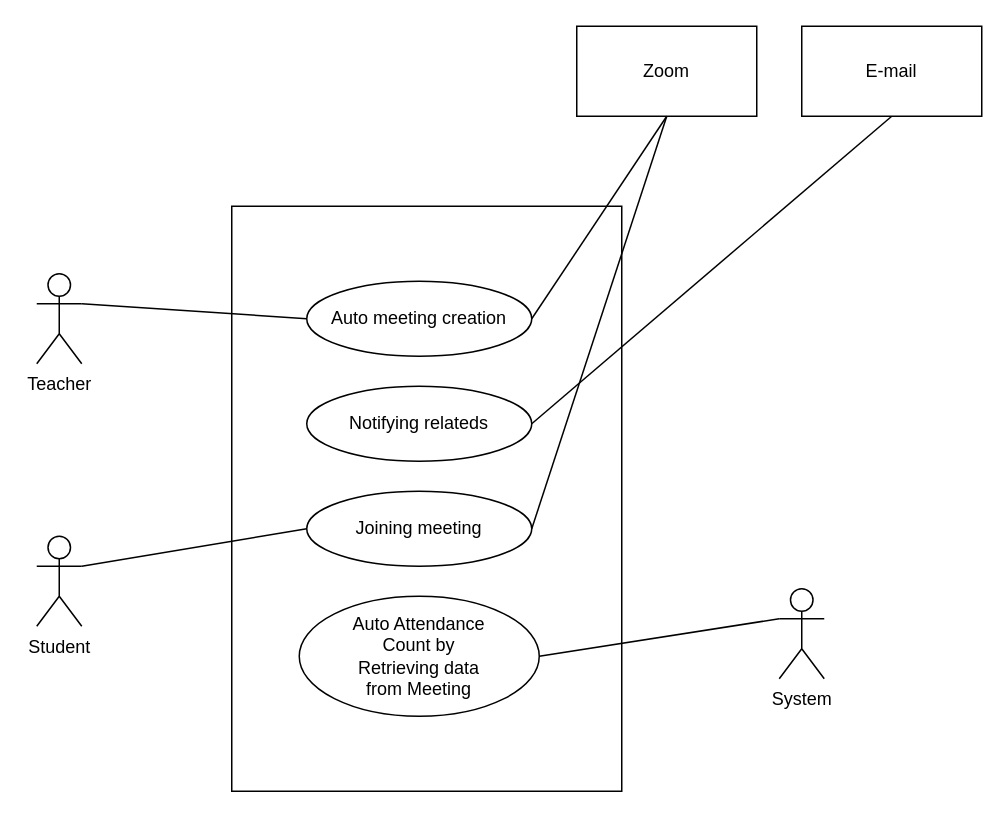
Earlier version of the draw.io diagram page "UC level 1.3" (5 of 19) of Diagrams.drawio (shirrsho/E-shcool). Source tidied: cells renumbered, new cells numbered last; positions are measured from the earlier drawing's top-left corner, leaving out a move shared by most shapes. Both pictures are drawn from the tidied source at 150%, with x=0, y=0 at pixel (36, 26).
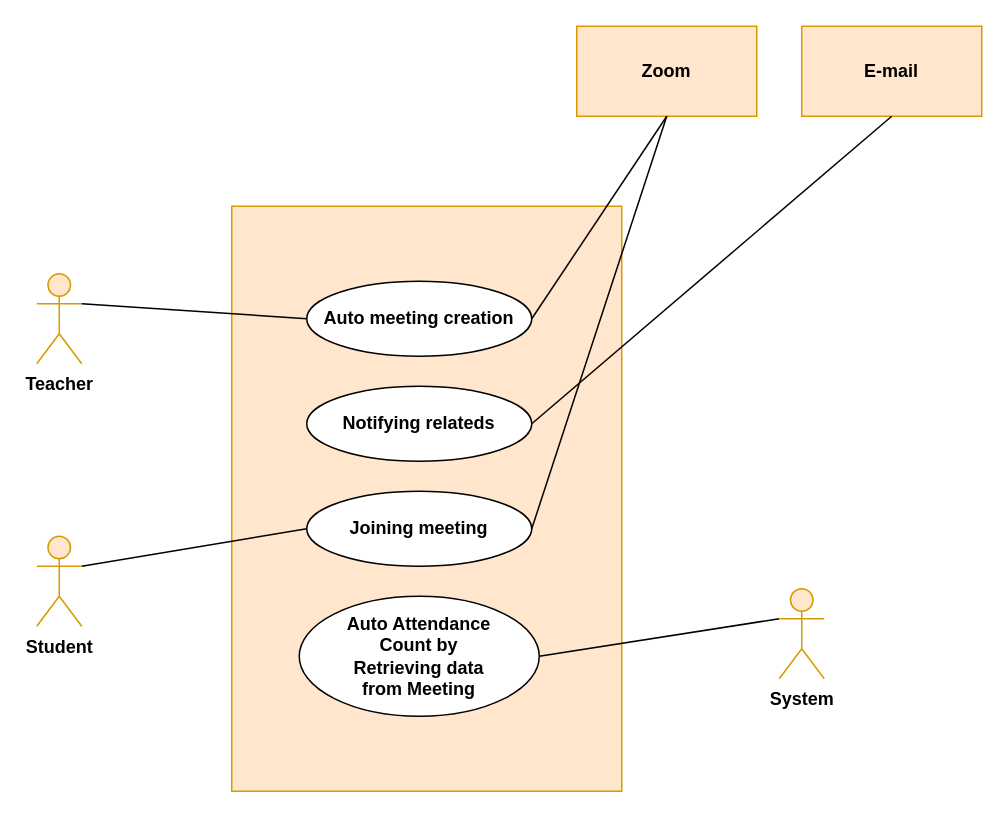
The same page after the edit.

What changed in the source:
```diff
@@
 <mxGraphModel>
   <root>
     <mxCell id="0" />
     <mxCell id="1" parent="0" />
-    <mxCell id="2" style="rounded=0;whiteSpace=wrap;html=1;" parent="1" vertex="1">
+    <mxCell id="2" style="rounded=0;whiteSpace=wrap;html=1;fillColor=#ffe6cc;strokeColor=#d79b00;fontStyle=1;" parent="1" vertex="1">
       <mxGeometry x="130" y="120" width="260" height="390" as="geometry" />
     </mxCell>
-    <mxCell id="3" value="Auto meeting creation" style="ellipse;whiteSpace=wrap;html=1;" parent="1" vertex="1">
+    <mxCell id="3" value="Auto meeting creation" style="ellipse;whiteSpace=wrap;html=1;fontStyle=1;" parent="1" vertex="1">
       <mxGeometry x="180" y="170" width="150" height="50" as="geometry" />
     </mxCell>
-    <mxCell id="4" value="Notifying relateds" style="ellipse;whiteSpace=wrap;html=1;" parent="1" vertex="1">
+    <mxCell id="4" value="Notifying relateds" style="ellipse;whiteSpace=wrap;html=1;fontStyle=1;" parent="1" vertex="1">
       <mxGeometry x="180" y="240" width="150" height="50" as="geometry" />
     </mxCell>
-    <mxCell id="5" value="Joining meeting" style="ellipse;whiteSpace=wrap;html=1;" parent="1" vertex="1">
+    <mxCell id="5" value="Joining meeting" style="ellipse;whiteSpace=wrap;html=1;fontStyle=1;" parent="1" vertex="1">
       <mxGeometry x="180" y="310" width="150" height="50" as="geometry" />
     </mxCell>
-    <mxCell id="6" value="Auto Attendance &lt;br&gt;Count by&lt;br&gt;Retrieving data&lt;br&gt;from Meeting" style="ellipse;whiteSpace=wrap;html=1;" parent="1" vertex="1">
+    <mxCell id="6" value="Auto Attendance &lt;br&gt;Count by&lt;br&gt;Retrieving data&lt;br&gt;from Meeting" style="ellipse;whiteSpace=wrap;html=1;fontStyle=1;" parent="1" vertex="1">
       <mxGeometry x="175" y="380" width="160" height="80" as="geometry" />
     </mxCell>
-    <mxCell id="7" value="Teacher" style="shape=umlActor;verticalLabelPosition=bottom;verticalAlign=top;html=1;outlineConnect=0;" parent="1" vertex="1">
+    <mxCell id="7" value="Teacher" style="shape=umlActor;verticalLabelPosition=bottom;verticalAlign=top;html=1;outlineConnect=0;fillColor=#ffe6cc;strokeColor=#d79b00;fontStyle=1;" parent="1" vertex="1">
       <mxGeometry y="165" width="30" height="60" as="geometry" />
     </mxCell>
-    <mxCell id="8" value="Student" style="shape=umlActor;verticalLabelPosition=bottom;verticalAlign=top;html=1;outlineConnect=0;" parent="1" vertex="1">
+    <mxCell id="8" value="Student" style="shape=umlActor;verticalLabelPosition=bottom;verticalAlign=top;html=1;outlineConnect=0;fillColor=#ffe6cc;strokeColor=#d79b00;fontStyle=1;" parent="1" vertex="1">
       <mxGeometry y="340" width="30" height="60" as="geometry" />
     </mxCell>
-    <mxCell id="9" style="endArrow=none;html=1;rounded=0;entryX=1;entryY=0.3333333333333333;entryDx=0;entryDy=0;entryPerimeter=0;exitX=0;exitY=0.5;exitDx=0;exitDy=0;" parent="1" edge="1" source="3" target="7">
+    <mxCell id="9" style="endArrow=none;html=1;rounded=0;entryX=1;entryY=0.3333333333333333;entryDx=0;entryDy=0;entryPerimeter=0;exitX=0;exitY=0.5;exitDx=0;exitDy=0;fontStyle=1;" parent="1" edge="1" source="3" target="7">
       <mxGeometry relative="1" as="geometry" />
     </mxCell>
-    <mxCell id="10" value="Zoom" style="rounded=0;whiteSpace=wrap;html=1;" parent="1" vertex="1">
+    <mxCell id="10" value="Zoom" style="rounded=0;whiteSpace=wrap;html=1;fillColor=#ffe6cc;strokeColor=#d79b00;fontStyle=1;" parent="1" vertex="1">
       <mxGeometry x="360" width="120" height="60" as="geometry" />
     </mxCell>
-    <mxCell id="11" style="endArrow=none;html=1;rounded=0;entryX=0.5;entryY=1;entryDx=0;entryDy=0;exitX=1;exitY=0.5;exitDx=0;exitDy=0;" parent="1" edge="1" source="3" target="10">
+    <mxCell id="11" style="endArrow=none;html=1;rounded=0;entryX=0.5;entryY=1;entryDx=0;entryDy=0;exitX=1;exitY=0.5;exitDx=0;exitDy=0;fontStyle=1;" parent="1" edge="1" source="3" target="10">
       <mxGeometry relative="1" as="geometry" />
     </mxCell>
-    <mxCell id="12" value="E-mail" style="rounded=0;whiteSpace=wrap;html=1;" parent="1" vertex="1">
+    <mxCell id="12" value="E-mail" style="rounded=0;whiteSpace=wrap;html=1;fillColor=#ffe6cc;strokeColor=#d79b00;fontStyle=1;" parent="1" vertex="1">
       <mxGeometry x="510" width="120" height="60" as="geometry" />
     </mxCell>
-    <mxCell id="13" style="endArrow=none;html=1;rounded=0;entryX=0.5;entryY=1;entryDx=0;entryDy=0;exitX=1;exitY=0.5;exitDx=0;exitDy=0;" parent="1" edge="1" source="4" target="12">
+    <mxCell id="13" style="endArrow=none;html=1;rounded=0;entryX=0.5;entryY=1;entryDx=0;entryDy=0;exitX=1;exitY=0.5;exitDx=0;exitDy=0;fontStyle=1;" parent="1" edge="1" source="4" target="12">
       <mxGeometry relative="1" as="geometry" />
     </mxCell>
-    <mxCell id="14" style="endArrow=none;html=1;rounded=0;exitX=1;exitY=0.3333333333333333;exitDx=0;exitDy=0;exitPerimeter=0;entryX=0;entryY=0.5;entryDx=0;entryDy=0;" parent="1" edge="1" source="8" target="5">
+    <mxCell id="14" style="endArrow=none;html=1;rounded=0;exitX=1;exitY=0.3333333333333333;exitDx=0;exitDy=0;exitPerimeter=0;entryX=0;entryY=0.5;entryDx=0;entryDy=0;fontStyle=1;" parent="1" edge="1" source="8" target="5">
       <mxGeometry relative="1" as="geometry" />
     </mxCell>
-    <mxCell id="15" style="endArrow=none;html=1;rounded=0;exitX=1;exitY=0.5;exitDx=0;exitDy=0;entryX=0.5;entryY=1;entryDx=0;entryDy=0;" parent="1" edge="1" source="5" target="10">
+    <mxCell id="15" style="endArrow=none;html=1;rounded=0;exitX=1;exitY=0.5;exitDx=0;exitDy=0;entryX=0.5;entryY=1;entryDx=0;entryDy=0;fontStyle=1;" parent="1" edge="1" source="5" target="10">
       <mxGeometry relative="1" as="geometry" />
     </mxCell>
-    <mxCell id="16" style="endArrow=none;html=1;rounded=0;entryX=0;entryY=0.3333333333333333;entryDx=0;entryDy=0;exitX=1;exitY=0.5;exitDx=0;exitDy=0;entryPerimeter=0;" parent="1" edge="1" source="6" target="17">
+    <mxCell id="16" style="endArrow=none;html=1;rounded=0;entryX=0;entryY=0.3333333333333333;entryDx=0;entryDy=0;exitX=1;exitY=0.5;exitDx=0;exitDy=0;entryPerimeter=0;fontStyle=1;" parent="1" edge="1" source="6" target="17">
       <mxGeometry relative="1" as="geometry" />
     </mxCell>
-    <mxCell id="17" value="System" style="shape=umlActor;verticalLabelPosition=bottom;verticalAlign=top;html=1;outlineConnect=0;" parent="1" vertex="1">
+    <mxCell id="17" value="System" style="shape=umlActor;verticalLabelPosition=bottom;verticalAlign=top;html=1;outlineConnect=0;fillColor=#ffe6cc;strokeColor=#d79b00;fontStyle=1;" parent="1" vertex="1">
       <mxGeometry x="495" y="375" width="30" height="60" as="geometry" />
     </mxCell>
   </root>
 </mxGraphModel>
```
